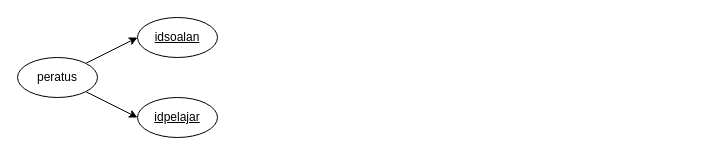
Earlier version of the draw.io diagram sketches/penormalan diagrams.drawio (halouthere233/skkerjakursus2021private). Source tidied: cells renumbered, new cells numbered last; positions are measured from the earlier drawing's top-left corner, leaving out a move shared by most shapes. Both pictures are drawn from the tidied source at 100%, with x=0, y=0 at pixel (17, 17).
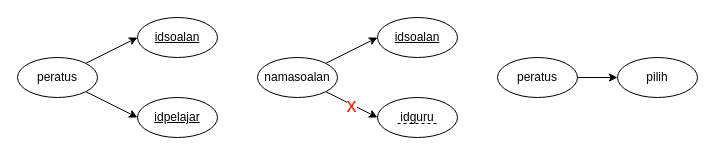
Above is the later version.

Change to the diagram source:
```diff
@@
 <mxGraphModel>
   <root>
     <mxCell id="0" />
     <mxCell id="1" parent="0" />
     <mxCell id="2" style="rounded=0;jettySize=auto;html=1;exitX=1;exitY=0;exitDx=0;exitDy=0;entryX=0;entryY=0.5;entryDx=0;entryDy=0;" parent="1" edge="1" source="4" target="6">
       <mxGeometry relative="1" as="geometry" />
     </mxCell>
     <mxCell id="3" style="rounded=0;jettySize=auto;html=1;exitX=1;exitY=1;exitDx=0;exitDy=0;entryX=0;entryY=0.5;entryDx=0;entryDy=0;" parent="1" edge="1" source="4" target="5">
       <mxGeometry relative="1" as="geometry" />
     </mxCell>
     <mxCell id="4" value="peratus" style="ellipse;whiteSpace=wrap;html=1;" parent="1" vertex="1">
       <mxGeometry y="40" width="80" height="40" as="geometry" />
     </mxCell>
     <mxCell id="5" value="idpelajar" style="ellipse;whiteSpace=wrap;html=1;fontStyle=4;" parent="1" vertex="1">
       <mxGeometry x="120" y="80" width="80" height="40" as="geometry" />
     </mxCell>
     <mxCell id="6" value="idsoalan" style="ellipse;whiteSpace=wrap;html=1;fontStyle=4;" parent="1" vertex="1">
       <mxGeometry x="120" width="80" height="40" as="geometry" />
     </mxCell>
+    <mxCell id="7" style="rounded=0;jettySize=auto;html=1;exitX=1;exitY=0;exitDx=0;exitDy=0;entryX=0;entryY=0.5;entryDx=0;entryDy=0;" parent="1" edge="1" source="9" target="11">
+      <mxGeometry relative="1" as="geometry" />
+    </mxCell>
+    <mxCell id="8" value="x" style="rounded=0;jettySize=auto;html=1;exitX=1;exitY=1;exitDx=0;exitDy=0;entryX=0;entryY=0.5;entryDx=0;entryDy=0;fontSize=20;fontColor=#FF1D0D;" parent="1" edge="1" source="9" target="10">
+      <mxGeometry relative="1" as="geometry" />
+    </mxCell>
+    <mxCell id="9" value="namasoalan" style="ellipse;whiteSpace=wrap;html=1;" parent="1" vertex="1">
+      <mxGeometry x="240" y="40" width="80" height="40" as="geometry" />
+    </mxCell>
+    <mxCell id="10" value="idguru" style="ellipse;whiteSpace=wrap;html=1;fontStyle=0;" parent="1" vertex="1">
+      <mxGeometry x="360" y="80" width="80" height="40" as="geometry" />
+    </mxCell>
+    <mxCell id="11" value="idsoalan" style="ellipse;whiteSpace=wrap;html=1;fontStyle=4;" parent="1" vertex="1">
+      <mxGeometry x="360" width="80" height="40" as="geometry" />
+    </mxCell>
+    <mxCell id="12" style="rounded=0;jettySize=auto;html=1;exitX=1;exitY=0.5;exitDx=0;exitDy=0;entryX=0;entryY=0.5;entryDx=0;entryDy=0;" parent="1" edge="1" source="13" target="14">
+      <mxGeometry relative="1" as="geometry" />
+    </mxCell>
+    <mxCell id="13" value="peratus" style="ellipse;whiteSpace=wrap;html=1;" parent="1" vertex="1">
+      <mxGeometry x="480" y="40" width="80" height="40" as="geometry" />
+    </mxCell>
+    <mxCell id="14" value="pilih" style="ellipse;whiteSpace=wrap;html=1;fontStyle=0;" parent="1" vertex="1">
+      <mxGeometry x="600" y="40" width="80" height="40" as="geometry" />
+    </mxCell>
+    <mxCell id="15" style="endArrow=none;dashed=1;html=1;rounded=0;" parent="1" edge="1">
+      <mxGeometry relative="1" as="geometry">
+        <mxPoint x="380" y="106" as="sourcePoint" />
+        <mxPoint x="420" y="106" as="targetPoint" />
+      </mxGeometry>
+    </mxCell>
   </root>
 </mxGraphModel>
```
